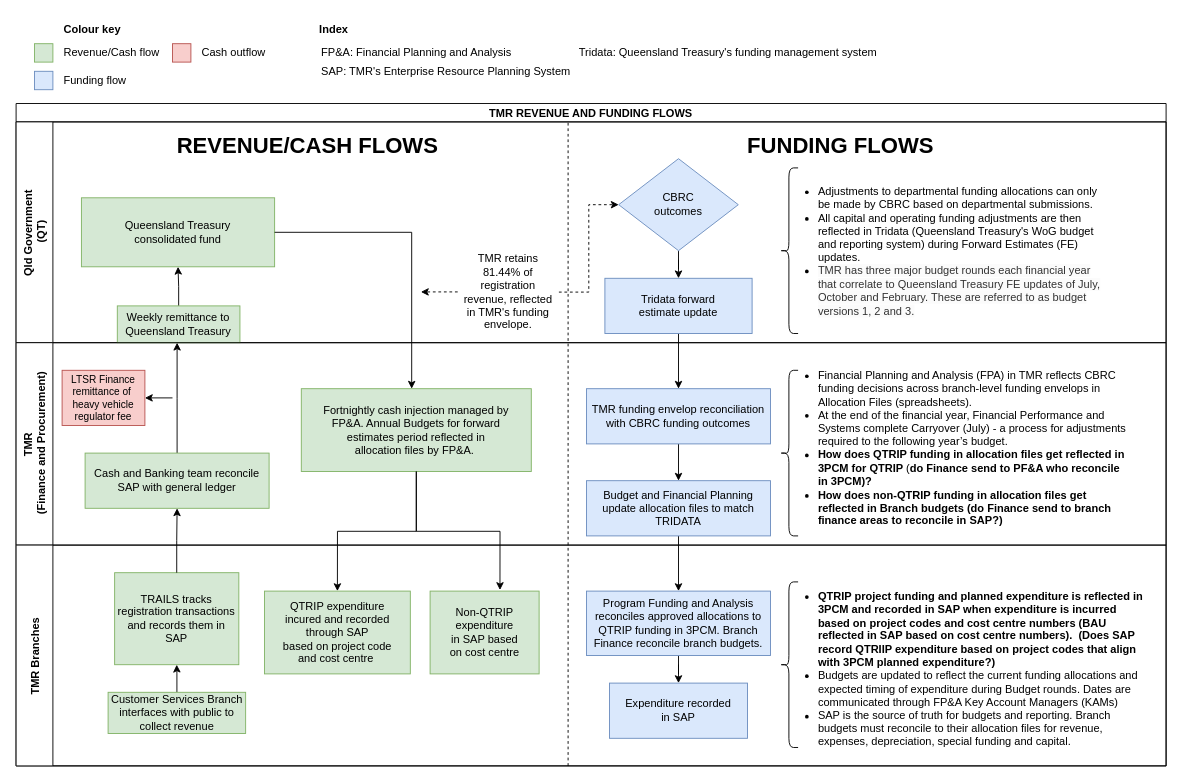
This is page "Financial process" (2 of 5) of QTRIP and financial mapping.drawio from tzforster/great-suppository-name, a draw.io file, before an edit. Source tidied: cells renumbered, new cells numbered last; positions are measured from the earlier drawing's top-left corner, leaving out a move shared by most shapes. Both pictures are drawn from the tidied source at 92%, with x=0, y=0 at pixel (16, 16).
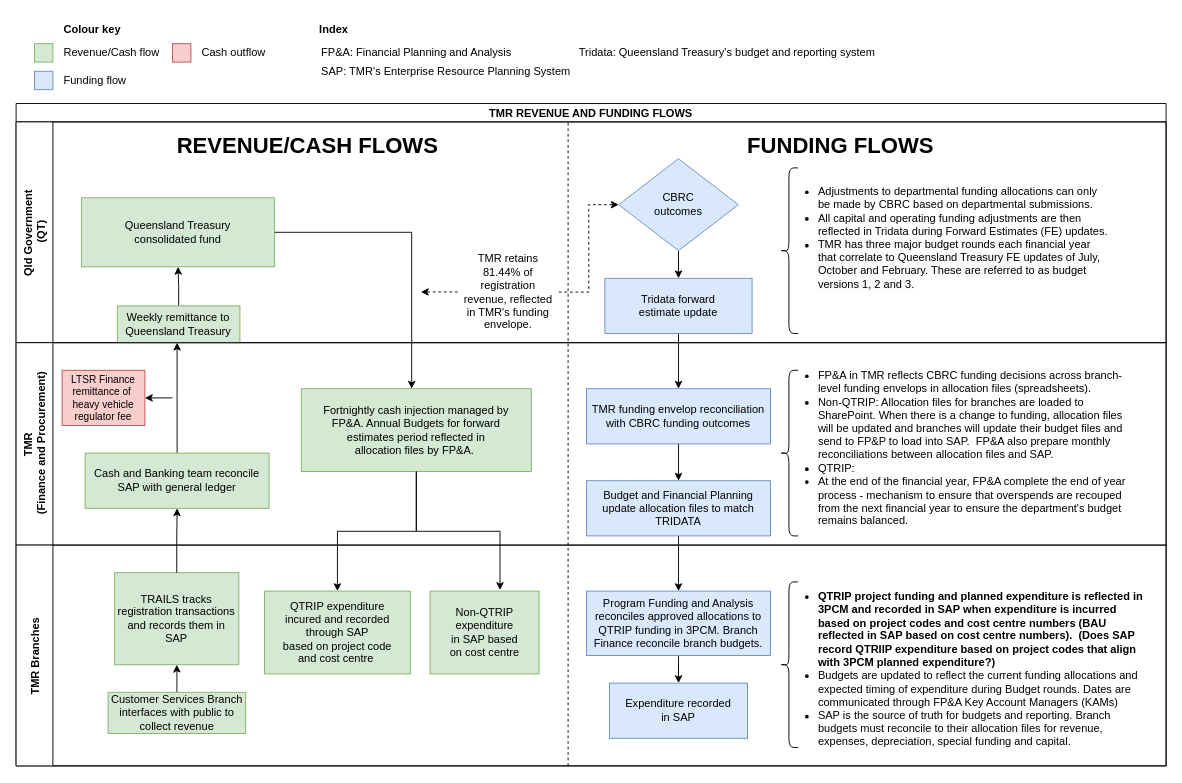
The same page after the edit.

The change refers to these unchanged cells:
```xml
<mxCell id="5" value="Qld Government&#10; (QT)" style="swimlane;startSize=40;horizontal=0;strokeWidth=1;" parent="2" vertex="1">
  <mxGeometry y="20" width="1250" height="240" as="geometry" />
</mxCell>
<mxCell id="20" value="TMR&#10; (Finance and Procurement)" style="swimlane;startSize=40;horizontal=0;strokeWidth=1;" parent="2" vertex="1">
  <mxGeometry y="260" width="1250" height="220" as="geometry" />
</mxCell>
```

What changed in the source:
```diff
@@
-    <mxCell id="10" value="&lt;ul&gt;&lt;li&gt;&lt;span&gt;Adjustments to departmental funding allocations can only be made by CBRC based on departmental submissions.&amp;nbsp;&lt;/span&gt;&lt;/li&gt;&lt;li&gt;&lt;span style=&quot;background-color: initial;&quot;&gt;All capital and operating funding adjustments are then&lt;br&gt;reflected in Tridata (&lt;/span&gt;Queensland Treasury's WoG budget and reporting system) during Forward Estimates (FE) updates.&lt;/li&gt;&lt;li&gt;&lt;span style=&quot;color: rgb(51, 51, 51); background-color: rgb(251, 251, 251);&quot;&gt;TMR has three major budget rounds each financial year that correlate to Queensland Treasury FE updates of July, October and February. These are referred to as budget versions 1, 2 and 3.&lt;/span&gt;&lt;/li&gt;&lt;/ul&gt;&lt;p class=&quot;MsoNormal&quot;&gt;&lt;/p&gt;" style="text;html=1;strokeColor=none;fillColor=none;align=left;verticalAlign=top;whiteSpace=wrap;rounded=0;strokeWidth=1;" parent="5" vertex="1">
+    <mxCell id="10" value="&lt;ul&gt;&lt;li&gt;&lt;span&gt;Adjustments to departmental funding allocations can only be made by CBRC based on departmental submissions.&amp;nbsp;&lt;/span&gt;&lt;/li&gt;&lt;li&gt;&lt;span style=&quot;background-color: initial;&quot;&gt;All capital and operating funding adjustments are then&lt;br&gt;reflected in Tridata &lt;/span&gt;during Forward Estimates (FE) updates.&lt;/li&gt;&lt;li&gt;&lt;span style=&quot;background-color: rgb(251, 251, 251);&quot;&gt;TMR has three major budget rounds each financial year that correlate to Queensland Treasury FE updates of July, October and February. These are referred to as budget versions 1, 2 and 3.&lt;/span&gt;&lt;/li&gt;&lt;/ul&gt;&lt;p class=&quot;MsoNormal&quot;&gt;&lt;/p&gt;" style="text;html=1;strokeColor=none;fillColor=none;align=left;verticalAlign=top;whiteSpace=wrap;rounded=0;strokeWidth=1;" parent="5" vertex="1">
       <mxGeometry x="830" y="50" width="360" height="170" as="geometry" />
     </mxCell>
@@
-    <mxCell id="25" value="&lt;ul&gt;&lt;li&gt;Financial Planning and Analysis (FPA) in TMR reflects CBRC funding decisions across branch-level funding envelops in Allocation Files (spreadsheets).&amp;nbsp;&lt;/li&gt;&lt;li&gt;&lt;span style=&quot;line-height: 107%;&quot;&gt;&lt;font style=&quot;font-size: 12px;&quot;&gt;At the end of the financial year, Financial Performance and Systems complete Carryover (July) - a process for adjustments required to the following year’s budget.&lt;/font&gt;&lt;/span&gt;&lt;/li&gt;&lt;li&gt;&lt;b&gt;How does QTRIP funding in allocation files get reflected in 3PCM for QTRIP &lt;/b&gt;(&lt;b&gt;do Finance send to PF&amp;amp;A who reconcile in 3PCM)?&lt;/b&gt;&lt;/li&gt;&lt;li&gt;&lt;b&gt;How does non-QTRIP funding in allocation files get reflected in Branch budgets (do Finance send to branch finance areas to reconcile in SAP?)&lt;/b&gt;&lt;/li&gt;&lt;/ul&gt;&lt;p class=&quot;MsoNormal&quot;&gt;&lt;/p&gt;" style="text;html=1;strokeColor=none;fillColor=none;align=left;verticalAlign=top;whiteSpace=wrap;rounded=0;strokeWidth=1;" parent="20" vertex="1">
+    <mxCell id="25" value="&lt;ul&gt;&lt;li&gt;FP&amp;amp;A in TMR reflects CBRC funding decisions across branch-level funding envelops in allocation files (spreadsheets).&amp;nbsp;&lt;/li&gt;&lt;li style=&quot;border-color: var(--border-color);&quot;&gt;Non-QTRIP: Allocation files for branches are loaded to SharePoint. When there is a change to funding, allocation files will be updated and branches will update their budget files and send to FP&amp;amp;P to load into SAP.&amp;nbsp; FP&amp;amp;A also prepare monthly reconciliations between allocation files and SAP.&amp;nbsp;&lt;/li&gt;&lt;li style=&quot;border-color: var(--border-color);&quot;&gt;QTRIP:&amp;nbsp;&lt;/li&gt;&lt;li&gt;&lt;span style=&quot;line-height: 107%;&quot;&gt;&lt;font style=&quot;font-size: 12px;&quot;&gt;At the end of the financial year, FP&amp;amp;A complete the end of year process - mechanism to ensure that overspends are recouped from the next financial year to ensure the department's budget remains balanced.&lt;/font&gt;&lt;/span&gt;&lt;/li&gt;&lt;/ul&gt;&lt;p class=&quot;MsoNormal&quot;&gt;&lt;/p&gt;" style="text;html=1;strokeColor=none;fillColor=none;align=left;verticalAlign=top;whiteSpace=wrap;rounded=0;strokeWidth=1;" parent="20" vertex="1">
       <mxGeometry x="830" y="10" width="378.9" height="200" as="geometry" />
     </mxCell>
@@
-    <mxCell id="57" value="Tridata: Queensland Treasury's funding management system" style="text;html=1;align=left;verticalAlign=middle;strokeColor=none;fillColor=none;" parent="1" vertex="1">
+    <mxCell id="57" value="Tridata: Queensland Treasury's budget and reporting system" style="text;html=1;align=left;verticalAlign=middle;strokeColor=none;fillColor=none;" parent="1" vertex="1">
       <mxGeometry x="610" y="25" width="350" height="30" as="geometry" />
     </mxCell>
```
